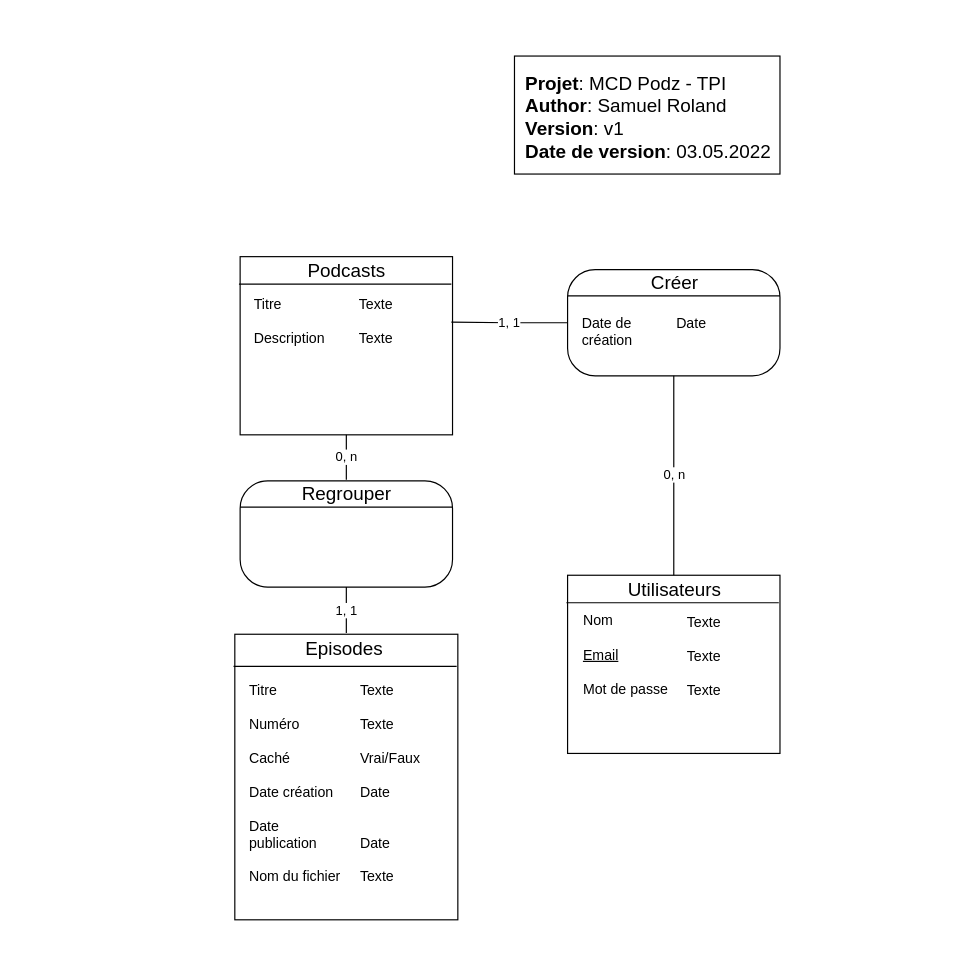
Earlier version of the draw.io diagram docs/sources/MCD.drawio (samuelroland/podz). Source tidied: cells renumbered, new cells numbered last; positions are measured from the earlier drawing's top-left corner, leaving out a move shared by most shapes. Both pictures are drawn from the tidied source at 118%, with x=0, y=0 at pixel (232, 55).
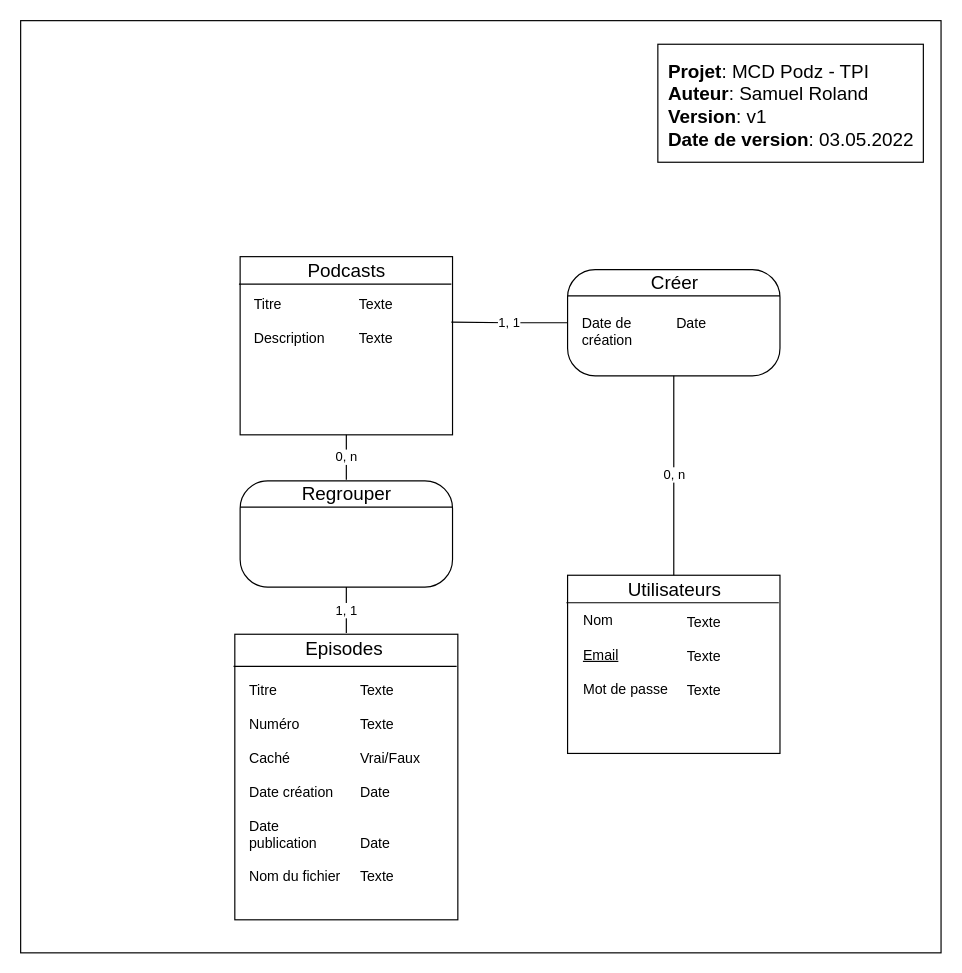
The same diagram, later.

Commit message (it also covers changes not shown here):
MCD: add white padding in the schema and fix cartouche

The edit, as a diff of the source:
```diff
@@
+    <mxCell id="52" style="rounded=0;whiteSpace=wrap;html=1;" parent="1" vertex="1">
+      <mxGeometry x="-180" y="-30" width="780" height="790" as="geometry" />
+    </mxCell>
-    <mxCell id="2" value="&lt;b&gt;Projet&lt;/b&gt;: MCD Podz - TPI&lt;br&gt;&lt;b&gt;Author&lt;/b&gt;: Samuel Roland&lt;br&gt;&lt;b&gt;Version&lt;/b&gt;: v1&lt;br&gt;&lt;b&gt;Date de version&lt;/b&gt;: 03.05.2022" style="rounded=0;whiteSpace=wrap;html=1;align=left;verticalAlign=top;fontSize=16;spacingTop=0;spacing=9;" parent="1" vertex="1">
-      <mxGeometry x="238.5" width="225" height="100" as="geometry" />
+    <mxCell id="2" value="&lt;b&gt;Projet&lt;/b&gt;: MCD Podz - TPI&lt;br&gt;&lt;b&gt;Auteur&lt;/b&gt;: Samuel Roland&lt;br&gt;&lt;b&gt;Version&lt;/b&gt;: v1&lt;br&gt;&lt;b&gt;Date de version&lt;/b&gt;: 03.05.2022" style="rounded=0;whiteSpace=wrap;html=1;align=left;verticalAlign=top;fontSize=16;spacingTop=0;spacing=9;" parent="1" vertex="1">
+      <mxGeometry x="360" y="-10" width="225" height="100" as="geometry" />
     </mxCell>
```
